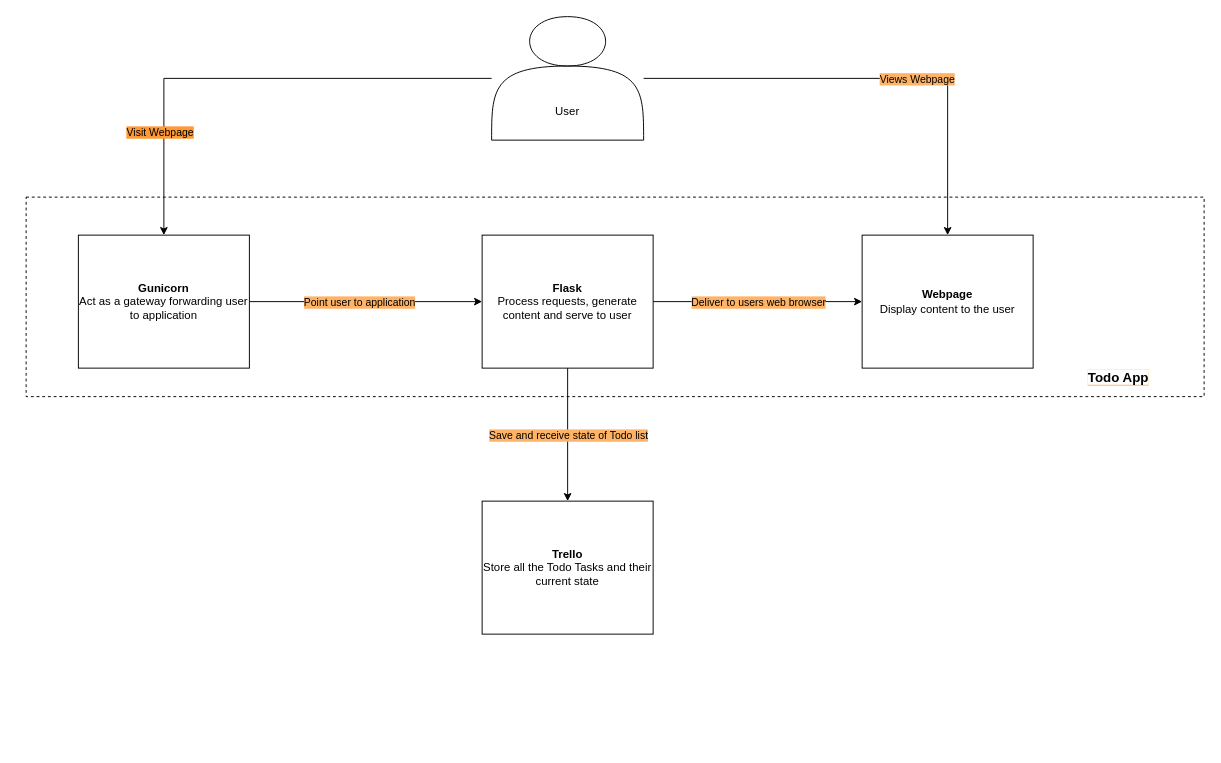
The draw.io diagram documentation/Container.drawio in Karrot96/DevOps-Course-Starter, before the edit. Source tidied: cells renumbered, new cells numbered last; positions are measured from the earlier drawing's top-left corner, leaving out a move shared by most shapes. Both pictures are drawn from the tidied source at 95%, with x=0, y=0 at pixel (26, 16).
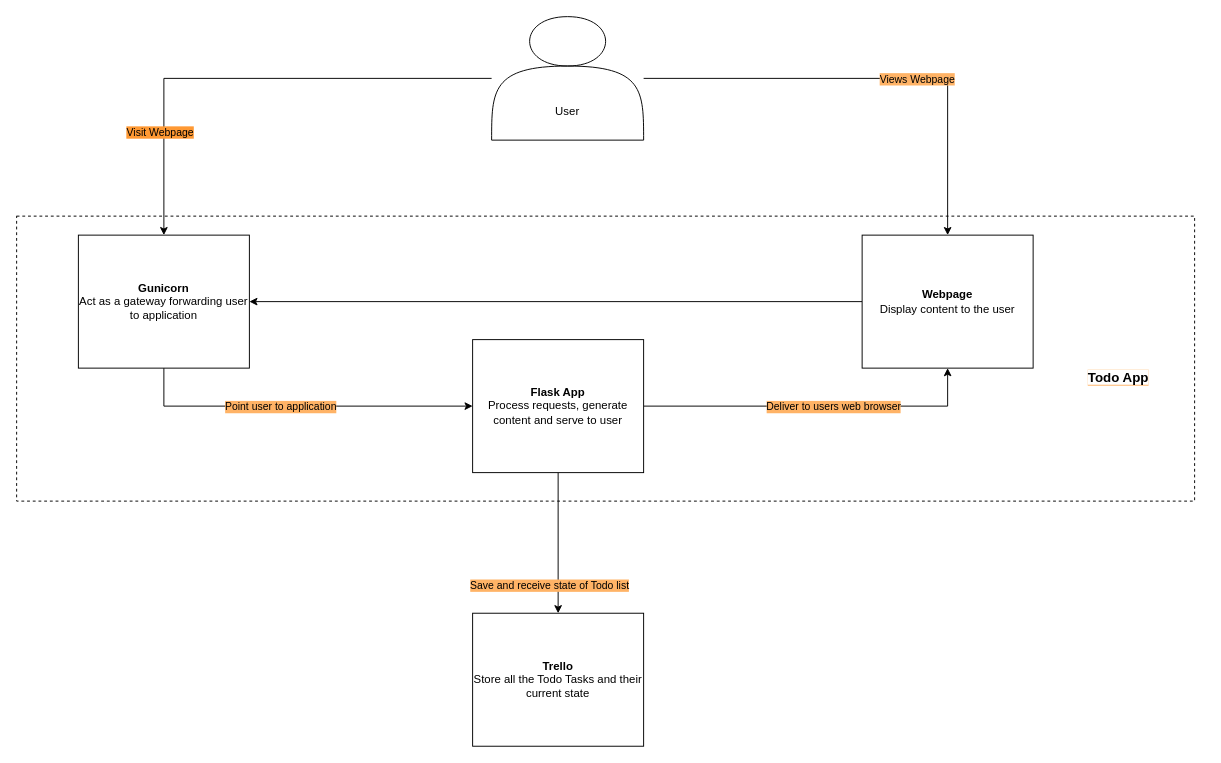
Above is the later version.

Commit message (it also covers changes not shown here):
Updated component and container diagrams

The change refers to these unchanged cells:
```xml
<mxCell id="11" value="&lt;div&gt;&lt;b&gt;Gunicorn&lt;br&gt;&lt;/b&gt;&lt;/div&gt;&lt;div&gt;Act as a gateway forwarding user to application&lt;br&gt;&lt;b&gt;&lt;/b&gt;&lt;/div&gt;" style="rounded=0;whiteSpace=wrap;html=1;" parent="1" vertex="1">
  <mxGeometry x="55" y="230" width="180" height="140" as="geometry" />
</mxCell>
<mxCell id="14" style="edgeStyle=orthogonalEdgeStyle;rounded=0;jettySize=auto;html=1;entryX=0.5;entryY=0;entryDx=0;entryDy=0;" parent="1" edge="1" source="16" target="18">
  <mxGeometry relative="1" as="geometry" />
</mxCell>
<mxCell id="17" value="&lt;div&gt;&lt;b&gt;Webpage&lt;br&gt;&lt;/b&gt;&lt;/div&gt;&lt;div&gt;Display content to the user&lt;br&gt;&lt;b&gt;&lt;/b&gt;&lt;/div&gt;" style="rounded=0;whiteSpace=wrap;html=1;" parent="1" vertex="1">
  <mxGeometry x="880" y="230" width="180" height="140" as="geometry" />
</mxCell>
```

Diff of the diagram source:
```diff
@@
     <mxCell id="2" style="rounded=0;whiteSpace=wrap;html=1;fillColor=none;dashed=1;" parent="1" vertex="1">
-      <mxGeometry y="190" width="1240" height="210" as="geometry" />
+      <mxGeometry x="-10" y="210" width="1240" height="300" as="geometry" />
     </mxCell>
@@
     <mxCell id="9" style="edgeStyle=orthogonalEdgeStyle;rounded=0;jettySize=auto;html=1;entryX=0;entryY=0.5;entryDx=0;entryDy=0;" parent="1" edge="1" source="11" target="16">
       <mxGeometry relative="1" as="geometry">
         <Array as="points">
-          <mxPoint x="350" y="300" />
-          <mxPoint x="350" y="300" />
+          <mxPoint x="145" y="410" />
         </Array>
       </mxGeometry>
     </mxCell>
@@
     <mxCell id="12" style="edgeStyle=orthogonalEdgeStyle;rounded=0;jettySize=auto;html=1;" parent="1" edge="1" source="16" target="17">
       <mxGeometry relative="1" as="geometry">
         <Array as="points">
-          <mxPoint x="780" y="300" />
-          <mxPoint x="780" y="300" />
+          <mxPoint x="970" y="410" />
         </Array>
       </mxGeometry>
     </mxCell>
@@
     <mxCell id="15" value="Save and receive state of Todo list" style="edgeLabel;html=1;align=center;verticalAlign=middle;labelBackgroundColor=#FFB366;" parent="14" vertex="1">
       <mxGeometry x="-0.2" y="-1" relative="1" as="geometry">
-        <mxPoint x="1" y="14" as="offset" />
+        <mxPoint x="-9" y="59" as="offset" />
       </mxGeometry>
     </mxCell>
-    <mxCell id="16" value="&lt;div&gt;&lt;b&gt;Flask&lt;br&gt;&lt;/b&gt;&lt;/div&gt;&lt;div&gt;Process requests, generate content and serve to user&lt;br&gt;&lt;b&gt;&lt;/b&gt;&lt;/div&gt;" style="rounded=0;whiteSpace=wrap;html=1;" parent="1" vertex="1">
-      <mxGeometry x="480" y="230" width="180" height="140" as="geometry" />
+    <mxCell id="16" value="&lt;div&gt;&lt;b&gt;Flask App&lt;br&gt;&lt;/b&gt;&lt;/div&gt;&lt;div&gt;Process requests, generate content and serve to user&lt;br&gt;&lt;b&gt;&lt;/b&gt;&lt;/div&gt;" style="rounded=0;whiteSpace=wrap;html=1;" parent="1" vertex="1">
+      <mxGeometry x="470" y="340" width="180" height="140" as="geometry" />
     </mxCell>
+    <mxCell id="20" style="edgeStyle=orthogonalEdgeStyle;rounded=0;jettySize=auto;html=1;" parent="1" edge="1" source="17" target="11">
+      <mxGeometry relative="1" as="geometry" />
+    </mxCell>
@@
     <mxCell id="18" value="&lt;div&gt;&lt;b&gt;Trello&lt;br&gt;&lt;/b&gt;&lt;/div&gt;&lt;div&gt;&lt;span style=&quot;color: rgb(0 , 0 , 0) ; font-family: &amp;#34;helvetica&amp;#34; ; font-size: 12px ; font-style: normal ; font-weight: 400 ; letter-spacing: normal ; text-align: center ; text-indent: 0px ; text-transform: none ; word-spacing: 0px ; display: inline ; float: none&quot;&gt;Store all the Todo Tasks and their current state&lt;/span&gt;&lt;br&gt;&lt;b&gt;&lt;/b&gt;&lt;/div&gt;" style="rounded=0;whiteSpace=wrap;html=1;" parent="1" vertex="1">
-      <mxGeometry x="480" y="510" width="180" height="140" as="geometry" />
+      <mxGeometry x="470" y="628" width="180" height="140" as="geometry" />
     </mxCell>
```
